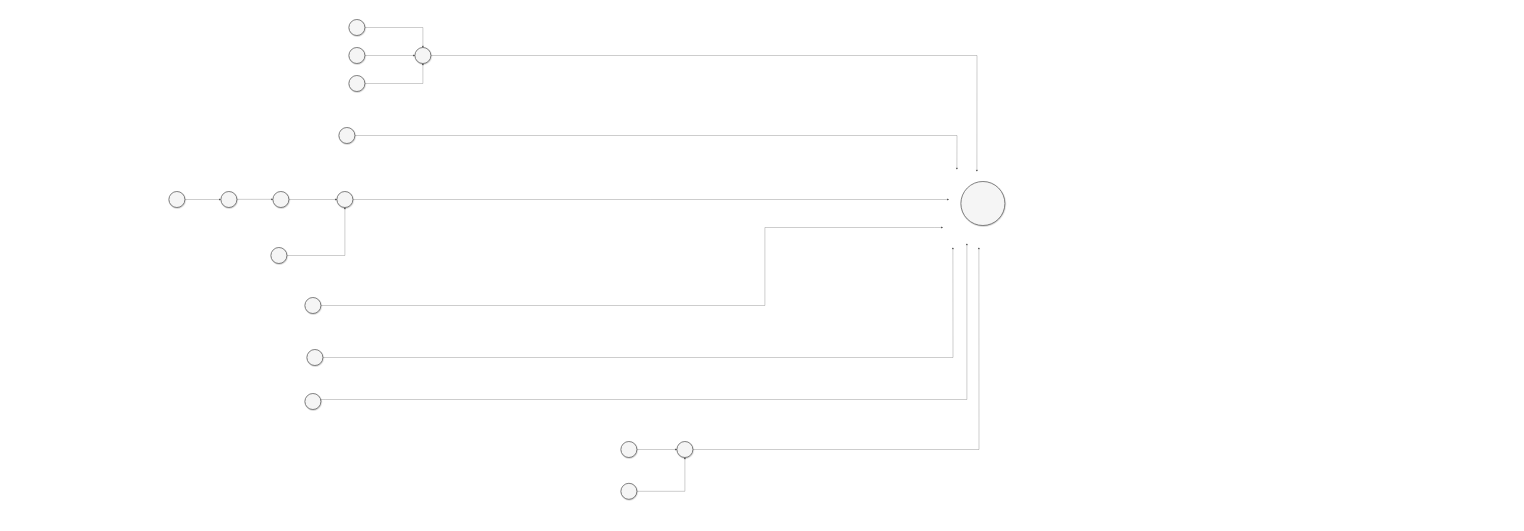
This is pert.drawio from benjaminbaret/0x17, a draw.io file, before an edit. Source tidied: cells renumbered, new cells numbered last; positions are measured from the earlier drawing's top-left corner, leaving out a move shared by most shapes. Both pictures are drawn from the tidied source at 20%, with x=0, y=0 at pixel (169, 19).
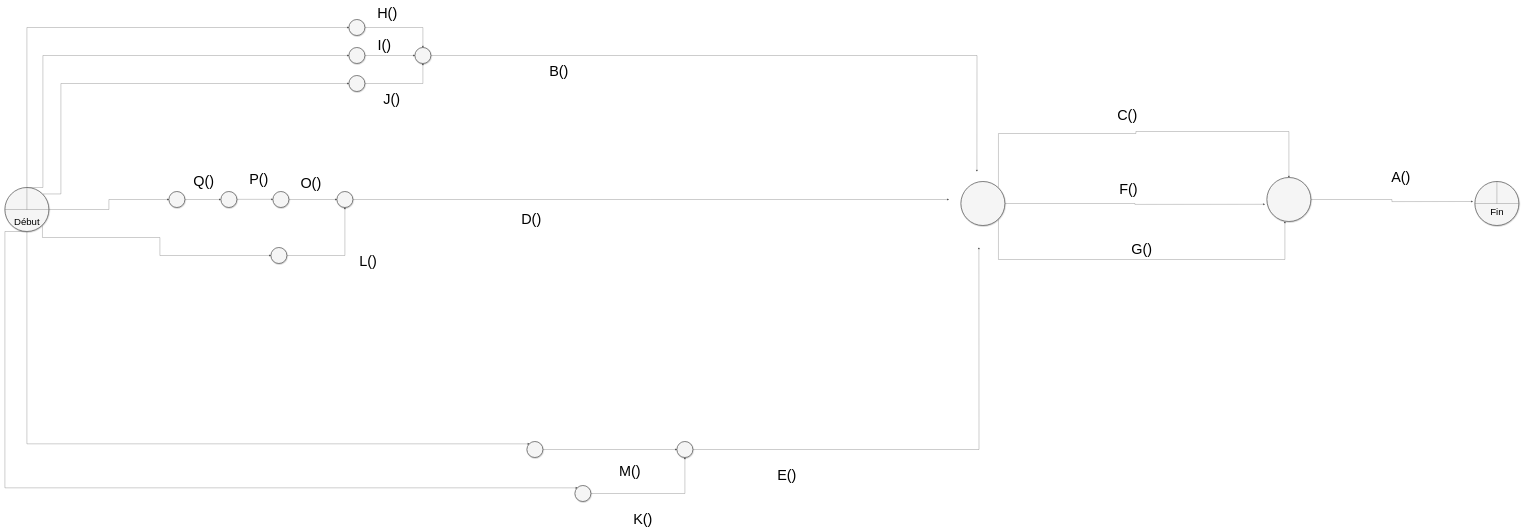
After the change.

The change refers to these unchanged cells:
```xml
<mxCell id="2" style="ellipse;whiteSpace=wrap;html=1;rounded=0;shadow=1;strokeColor=#666666;strokeWidth=4;fontSize=30;align=center;fillColor=#f5f5f5;" parent="1" vertex="1">
  <mxGeometry x="3960" y="810" width="220" height="220" as="geometry" />
</mxCell>
<mxCell id="8" style="ellipse;whiteSpace=wrap;html=1;rounded=0;shadow=1;strokeColor=#666666;strokeWidth=4;fontSize=30;align=center;fillColor=#f5f5f5;" parent="1" vertex="1">
  <mxGeometry x="900" width="80" height="80" as="geometry" />
</mxCell>
<mxCell id="10" style="ellipse;whiteSpace=wrap;html=1;rounded=0;shadow=1;strokeColor=#666666;strokeWidth=4;fontSize=30;align=center;fillColor=#f5f5f5;" parent="1" vertex="1">
  <mxGeometry x="900" y="140" width="80" height="80" as="geometry" />
</mxCell>
<mxCell id="12" style="ellipse;whiteSpace=wrap;html=1;rounded=0;shadow=1;strokeColor=#666666;strokeWidth=4;fontSize=30;align=center;fillColor=#f5f5f5;" parent="1" vertex="1">
  <mxGeometry x="900" y="280" width="80" height="80" as="geometry" />
</mxCell>
<mxCell id="16" style="ellipse;whiteSpace=wrap;html=1;rounded=0;shadow=1;strokeColor=#666666;strokeWidth=4;fontSize=30;align=center;fillColor=#f5f5f5;" parent="1" vertex="1">
  <mxGeometry y="860" width="80" height="80" as="geometry" />
</mxCell>
<mxCell id="21" style="ellipse;whiteSpace=wrap;html=1;rounded=0;shadow=1;strokeColor=#666666;strokeWidth=4;fontSize=30;align=center;fillColor=#f5f5f5;" parent="1" vertex="1">
  <mxGeometry x="510" y="1140" width="80" height="80" as="geometry" />
</mxCell>
```

Diff of the diagram source:
```diff
@@
+    <mxCell id="35" style="edgeStyle=orthogonalEdgeStyle;rounded=0;jettySize=auto;html=1;exitX=1;exitY=0.5;exitDx=0;exitDy=0;" parent="1" edge="1" source="2">
+      <mxGeometry relative="1" as="geometry">
+        <mxPoint x="5480" y="924" as="targetPoint" />
+      </mxGeometry>
+    </mxCell>
+    <mxCell id="36" style="edgeStyle=orthogonalEdgeStyle;rounded=0;jettySize=auto;html=1;exitX=1;exitY=1;exitDx=0;exitDy=0;entryX=0.409;entryY=1;entryDx=0;entryDy=0;entryPerimeter=0;" parent="1" edge="1" source="2" target="39">
+      <mxGeometry relative="1" as="geometry">
+        <Array as="points">
+          <mxPoint x="4148" y="1200" />
+          <mxPoint x="5580" y="1200" />
+        </Array>
+      </mxGeometry>
+    </mxCell>
+    <mxCell id="37" style="edgeStyle=orthogonalEdgeStyle;rounded=0;jettySize=auto;html=1;exitX=1;exitY=0;exitDx=0;exitDy=0;entryX=0.5;entryY=0;entryDx=0;entryDy=0;" parent="1" edge="1" source="2" target="39">
+      <mxGeometry relative="1" as="geometry">
+        <Array as="points">
+          <mxPoint x="4148" y="570" />
+          <mxPoint x="4835" y="570" />
+          <mxPoint x="4835" y="560" />
+          <mxPoint x="5600" y="560" />
+        </Array>
+      </mxGeometry>
+    </mxCell>
@@
     <mxCell id="24" style="ellipse;whiteSpace=wrap;html=1;rounded=0;shadow=1;strokeColor=#666666;strokeWidth=4;fontSize=30;align=center;fillColor=#f5f5f5;" parent="1" vertex="1">
-      <mxGeometry x="2260" y="2110" width="80" height="80" as="geometry" />
+      <mxGeometry x="1790" y="2110" width="80" height="80" as="geometry" />
     </mxCell>
@@
     <mxCell id="26" style="ellipse;whiteSpace=wrap;html=1;rounded=0;shadow=1;strokeColor=#666666;strokeWidth=4;fontSize=30;align=center;fillColor=#f5f5f5;" parent="1" vertex="1">
-      <mxGeometry x="2260" y="2319" width="80" height="80" as="geometry" />
+      <mxGeometry x="2030" y="2330" width="80" height="80" as="geometry" />
     </mxCell>
-    <mxCell id="27" style="edgeStyle=orthogonalEdgeStyle;rounded=0;jettySize=auto;html=1;exitX=1;exitY=0.5;exitDx=0;exitDy=0;" parent="1" edge="1" source="28">
-      <mxGeometry relative="1" as="geometry">
-        <mxPoint x="3870" y="1040" as="targetPoint" />
-        <Array as="points">
-          <mxPoint x="2980" y="1430" />
-          <mxPoint x="2980" y="1040" />
-          <mxPoint x="3830" y="1040" />
-        </Array>
-      </mxGeometry>
-    </mxCell>
-    <mxCell id="28" style="ellipse;whiteSpace=wrap;html=1;rounded=0;shadow=1;strokeColor=#666666;strokeWidth=4;fontSize=30;align=center;fillColor=#f5f5f5;" parent="1" vertex="1">
-      <mxGeometry x="680" y="1390" width="80" height="80" as="geometry" />
-    </mxCell>
-    <mxCell id="29" style="edgeStyle=orthogonalEdgeStyle;rounded=0;jettySize=auto;html=1;exitX=1;exitY=0.5;exitDx=0;exitDy=0;" parent="1" edge="1" source="30">
-      <mxGeometry relative="1" as="geometry">
-        <mxPoint x="3940" y="750" as="targetPoint" />
-      </mxGeometry>
-    </mxCell>
-    <mxCell id="30" style="ellipse;whiteSpace=wrap;html=1;rounded=0;shadow=1;strokeColor=#666666;strokeWidth=4;fontSize=30;align=center;fillColor=#f5f5f5;" parent="1" vertex="1">
-      <mxGeometry x="850" y="540" width="80" height="80" as="geometry" />
-    </mxCell>
-    <mxCell id="31" style="edgeStyle=orthogonalEdgeStyle;rounded=0;jettySize=auto;html=1;exitX=1;exitY=0.5;exitDx=0;exitDy=0;" parent="1" edge="1" source="32">
-      <mxGeometry relative="1" as="geometry">
-        <mxPoint x="3990" y="1120" as="targetPoint" />
-        <Array as="points">
-          <mxPoint x="784" y="1900" />
-          <mxPoint x="3990" y="1900" />
-          <mxPoint x="3990" y="1150" />
-        </Array>
-      </mxGeometry>
-    </mxCell>
-    <mxCell id="32" style="ellipse;whiteSpace=wrap;html=1;rounded=0;shadow=1;strokeColor=#666666;strokeWidth=4;fontSize=30;align=center;fillColor=#f5f5f5;" parent="1" vertex="1">
-      <mxGeometry x="680" y="1870" width="80" height="80" as="geometry" />
-    </mxCell>
-    <mxCell id="33" style="edgeStyle=orthogonalEdgeStyle;rounded=0;jettySize=auto;html=1;exitX=1;exitY=0.5;exitDx=0;exitDy=0;" parent="1" edge="1" source="34">
-      <mxGeometry relative="1" as="geometry">
-        <mxPoint x="3920" y="1140" as="targetPoint" />
-      </mxGeometry>
-    </mxCell>
-    <mxCell id="34" style="ellipse;whiteSpace=wrap;html=1;rounded=0;shadow=1;strokeColor=#666666;strokeWidth=4;fontSize=30;align=center;fillColor=#f5f5f5;" parent="1" vertex="1">
-      <mxGeometry x="690" y="1650" width="80" height="80" as="geometry" />
-    </mxCell>
+    <mxCell id="38" style="edgeStyle=orthogonalEdgeStyle;rounded=0;jettySize=auto;html=1;exitX=1;exitY=0.5;exitDx=0;exitDy=0;" parent="1" edge="1" source="39">
+      <mxGeometry relative="1" as="geometry">
+        <mxPoint x="6520" y="910" as="targetPoint" />
+      </mxGeometry>
+    </mxCell>
+    <mxCell id="39" style="ellipse;whiteSpace=wrap;html=1;rounded=0;shadow=1;strokeColor=#666666;strokeWidth=4;fontSize=30;align=center;fillColor=#f5f5f5;" parent="1" vertex="1">
+      <mxGeometry x="5490" y="790" width="220" height="220" as="geometry" />
+    </mxCell>
+    <mxCell id="40" value="&lt;font style=&quot;font-size: 48px&quot;&gt;&lt;br&gt;&lt;/font&gt;" style="text;html=1;strokeColor=none;fillColor=none;align=center;verticalAlign=middle;whiteSpace=wrap;rounded=0;" parent="1" vertex="1">
+      <mxGeometry x="1250" y="970" width="410" height="20" as="geometry" />
+    </mxCell>
+    <mxCell id="41" value="&lt;font style=&quot;font-size: 72px&quot;&gt;A()&lt;/font&gt;" style="text;html=1;strokeColor=none;fillColor=none;align=center;verticalAlign=middle;whiteSpace=wrap;rounded=0;" parent="1" vertex="1">
+      <mxGeometry x="6140" y="780" width="40" height="20" as="geometry" />
+    </mxCell>
+    <mxCell id="42" value="&lt;font style=&quot;font-size: 72px&quot;&gt;D()&lt;/font&gt;" style="text;whiteSpace=wrap;html=1;" parent="1" vertex="1">
+      <mxGeometry x="1760" y="950" width="90" height="40" as="geometry" />
+    </mxCell>
+    <mxCell id="43" value="&lt;font style=&quot;font-size: 72px&quot;&gt;E()&lt;/font&gt;" style="text;whiteSpace=wrap;html=1;" parent="1" vertex="1">
+      <mxGeometry x="3040" y="2230" width="90" height="40" as="geometry" />
+    </mxCell>
+    <mxCell id="44" value="&lt;font style=&quot;font-size: 72px&quot;&gt;K()&lt;/font&gt;" style="text;whiteSpace=wrap;html=1;" parent="1" vertex="1">
+      <mxGeometry x="2320" y="2450" width="90" height="40" as="geometry" />
+    </mxCell>
+    <mxCell id="45" value="&lt;font style=&quot;font-size: 72px&quot;&gt;M()&lt;/font&gt;" style="text;whiteSpace=wrap;html=1;" parent="1" vertex="1">
+      <mxGeometry x="2249" y="2210" width="90" height="40" as="geometry" />
+    </mxCell>
+    <mxCell id="46" value="&lt;font style=&quot;font-size: 72px&quot;&gt;O()&lt;/font&gt;" style="text;html=1;strokeColor=none;fillColor=none;align=center;verticalAlign=middle;whiteSpace=wrap;rounded=0;" parent="1" vertex="1">
+      <mxGeometry x="690" y="810" width="40" height="20" as="geometry" />
+    </mxCell>
+    <mxCell id="47" value="&lt;font style=&quot;font-size: 72px&quot;&gt;P()&lt;/font&gt;" style="text;whiteSpace=wrap;html=1;" parent="1" vertex="1">
+      <mxGeometry x="400" y="750" width="90" height="40" as="geometry" />
+    </mxCell>
+    <mxCell id="48" value="&lt;font style=&quot;font-size: 72px&quot;&gt;Q()&lt;/font&gt;" style="text;whiteSpace=wrap;html=1;" parent="1" vertex="1">
+      <mxGeometry x="120" y="760" width="120" height="50" as="geometry" />
+    </mxCell>
+    <mxCell id="49" value="&lt;font style=&quot;font-size: 72px&quot;&gt;L()&lt;/font&gt;" style="text;whiteSpace=wrap;html=1;" parent="1" vertex="1">
+      <mxGeometry x="950" y="1160" width="90" height="40" as="geometry" />
+    </mxCell>
+    <mxCell id="50" value="&lt;font style=&quot;font-size: 72px&quot;&gt;B()&lt;/font&gt;" style="text;whiteSpace=wrap;html=1;" parent="1" vertex="1">
+      <mxGeometry x="1900" y="210" width="90" height="40" as="geometry" />
+    </mxCell>
+    <mxCell id="51" value="&lt;font style=&quot;font-size: 72px&quot;&gt;H()&lt;/font&gt;" style="text;whiteSpace=wrap;html=1;" parent="1" vertex="1">
+      <mxGeometry x="1040" y="-80" width="120" height="50" as="geometry" />
+    </mxCell>
+    <mxCell id="52" value="&lt;font style=&quot;font-size: 72px&quot;&gt;I()&lt;/font&gt;" style="text;whiteSpace=wrap;html=1;" parent="1" vertex="1">
+      <mxGeometry x="1041" y="80" width="120" height="50" as="geometry" />
+    </mxCell>
+    <mxCell id="53" value="&lt;font style=&quot;font-size: 72px&quot;&gt;J()&lt;/font&gt;" style="text;whiteSpace=wrap;html=1;" parent="1" vertex="1">
+      <mxGeometry x="1070" y="350" width="120" height="50" as="geometry" />
+    </mxCell>
+    <mxCell id="54" style="edgeStyle=orthogonalEdgeStyle;rounded=0;jettySize=auto;html=1;exitX=0.5;exitY=0;exitDx=0;exitDy=0;entryX=0;entryY=0.5;entryDx=0;entryDy=0;" parent="1" edge="1" source="61" target="8">
+      <mxGeometry relative="1" as="geometry" />
+    </mxCell>
+    <mxCell id="55" style="edgeStyle=orthogonalEdgeStyle;rounded=0;jettySize=auto;html=1;exitX=0.5;exitY=0;exitDx=0;exitDy=0;entryX=0;entryY=0.5;entryDx=0;entryDy=0;" parent="1" edge="1" source="61" target="10">
+      <mxGeometry relative="1" as="geometry">
+        <Array as="points">
+          <mxPoint x="-630" y="840" />
+          <mxPoint x="-630" y="180" />
+        </Array>
+      </mxGeometry>
+    </mxCell>
+    <mxCell id="56" style="edgeStyle=orthogonalEdgeStyle;rounded=0;jettySize=auto;html=1;exitX=1;exitY=0;exitDx=0;exitDy=0;entryX=0;entryY=0.5;entryDx=0;entryDy=0;" parent="1" edge="1" source="61" target="12">
+      <mxGeometry relative="1" as="geometry">
+        <Array as="points">
+          <mxPoint x="-540" y="872" />
+          <mxPoint x="-540" y="320" />
+        </Array>
+      </mxGeometry>
+    </mxCell>
+    <mxCell id="57" style="edgeStyle=orthogonalEdgeStyle;rounded=0;jettySize=auto;html=1;exitX=1;exitY=0.5;exitDx=0;exitDy=0;entryX=0;entryY=0.5;entryDx=0;entryDy=0;" parent="1" edge="1" source="61" target="16">
+      <mxGeometry relative="1" as="geometry" />
+    </mxCell>
+    <mxCell id="58" style="edgeStyle=orthogonalEdgeStyle;rounded=0;jettySize=auto;html=1;exitX=1;exitY=1;exitDx=0;exitDy=0;entryX=0;entryY=0.5;entryDx=0;entryDy=0;" parent="1" edge="1" source="61" target="21">
+      <mxGeometry relative="1" as="geometry">
+        <Array as="points">
+          <mxPoint x="-632" y="1090" />
+          <mxPoint x="-45" y="1090" />
+          <mxPoint x="-45" y="1180" />
+        </Array>
+      </mxGeometry>
+    </mxCell>
+    <mxCell id="59" style="edgeStyle=orthogonalEdgeStyle;rounded=0;jettySize=auto;html=1;exitX=0.5;exitY=1;exitDx=0;exitDy=0;entryX=0;entryY=0;entryDx=0;entryDy=0;" parent="1" edge="1" source="61" target="24">
+      <mxGeometry relative="1" as="geometry">
+        <Array as="points">
+          <mxPoint x="-710" y="2122" />
+        </Array>
+      </mxGeometry>
+    </mxCell>
+    <mxCell id="60" style="edgeStyle=orthogonalEdgeStyle;rounded=0;jettySize=auto;html=1;exitX=0.5;exitY=1;exitDx=0;exitDy=0;entryX=0;entryY=0;entryDx=0;entryDy=0;" parent="1" edge="1" source="61" target="26">
+      <mxGeometry relative="1" as="geometry">
+        <Array as="points">
+          <mxPoint x="-820" y="1060" />
+          <mxPoint x="-820" y="2342" />
+        </Array>
+      </mxGeometry>
+    </mxCell>
+    <mxCell id="61" style="ellipse;whiteSpace=wrap;html=1;rounded=0;shadow=1;strokeColor=#666666;strokeWidth=4;fontSize=30;align=center;fillColor=#f5f5f5;" parent="1" vertex="1">
+      <mxGeometry x="-820" y="840" width="220" height="220" as="geometry" />
+    </mxCell>
+    <mxCell id="62" style="endArrow=none;html=1;entryX=0;entryY=0.5;entryDx=0;entryDy=0;exitX=1;exitY=0.5;exitDx=0;exitDy=0;" parent="1" edge="1" source="61" target="61">
+      <mxGeometry relative="1" as="geometry" />
+    </mxCell>
+    <mxCell id="63" style="endArrow=none;html=1;entryX=0.5;entryY=0;entryDx=0;entryDy=0;" parent="1" edge="1" target="61">
+      <mxGeometry relative="1" as="geometry">
+        <mxPoint x="-710" y="950" as="sourcePoint" />
+      </mxGeometry>
+    </mxCell>
+    <mxCell id="64" value="&lt;font style=&quot;font-size: 48px&quot;&gt;Début&lt;/font&gt;" style="text;html=1;strokeColor=none;fillColor=none;align=center;verticalAlign=middle;whiteSpace=wrap;rounded=0;" parent="1" vertex="1">
+      <mxGeometry x="-730" y="1000" width="40" height="20" as="geometry" />
+    </mxCell>
+    <mxCell id="65" value="&lt;font style=&quot;font-size: 72px&quot;&gt;C()&lt;/font&gt;" style="text;whiteSpace=wrap;html=1;" parent="1" vertex="1">
+      <mxGeometry x="4740" y="430" width="120" height="50" as="geometry" />
+    </mxCell>
+    <mxCell id="66" value="&lt;font style=&quot;font-size: 72px&quot;&gt;F()&lt;/font&gt;" style="text;whiteSpace=wrap;html=1;" parent="1" vertex="1">
+      <mxGeometry x="4750" y="800" width="130" height="50" as="geometry" />
+    </mxCell>
+    <mxCell id="67" value="&lt;font style=&quot;font-size: 72px&quot;&gt;G()&lt;/font&gt;" style="text;whiteSpace=wrap;html=1;" parent="1" vertex="1">
+      <mxGeometry x="4810" y="1100" width="120" height="50" as="geometry" />
+    </mxCell>
+    <mxCell id="68" style="ellipse;whiteSpace=wrap;html=1;rounded=0;shadow=1;strokeColor=#666666;strokeWidth=4;fontSize=30;align=center;fillColor=#f5f5f5;" parent="1" vertex="1">
+      <mxGeometry x="6530" y="810" width="220" height="220" as="geometry" />
+    </mxCell>
+    <mxCell id="69" style="endArrow=none;html=1;entryX=0.5;entryY=0;entryDx=0;entryDy=0;" parent="1" edge="1" target="68">
+      <mxGeometry relative="1" as="geometry">
+        <mxPoint x="6640" y="920" as="sourcePoint" />
+      </mxGeometry>
+    </mxCell>
+    <mxCell id="70" style="endArrow=none;html=1;entryX=1;entryY=0.5;entryDx=0;entryDy=0;exitX=0;exitY=0.5;exitDx=0;exitDy=0;" parent="1" edge="1" source="68" target="68">
+      <mxGeometry relative="1" as="geometry" />
+    </mxCell>
+    <mxCell id="71" value="&lt;font style=&quot;font-size: 48px&quot;&gt;Fin&lt;/font&gt;" style="text;html=1;strokeColor=none;fillColor=none;align=center;verticalAlign=middle;whiteSpace=wrap;rounded=0;" parent="1" vertex="1">
+      <mxGeometry x="6620" y="950" width="40" height="20" as="geometry" />
+    </mxCell>
```
